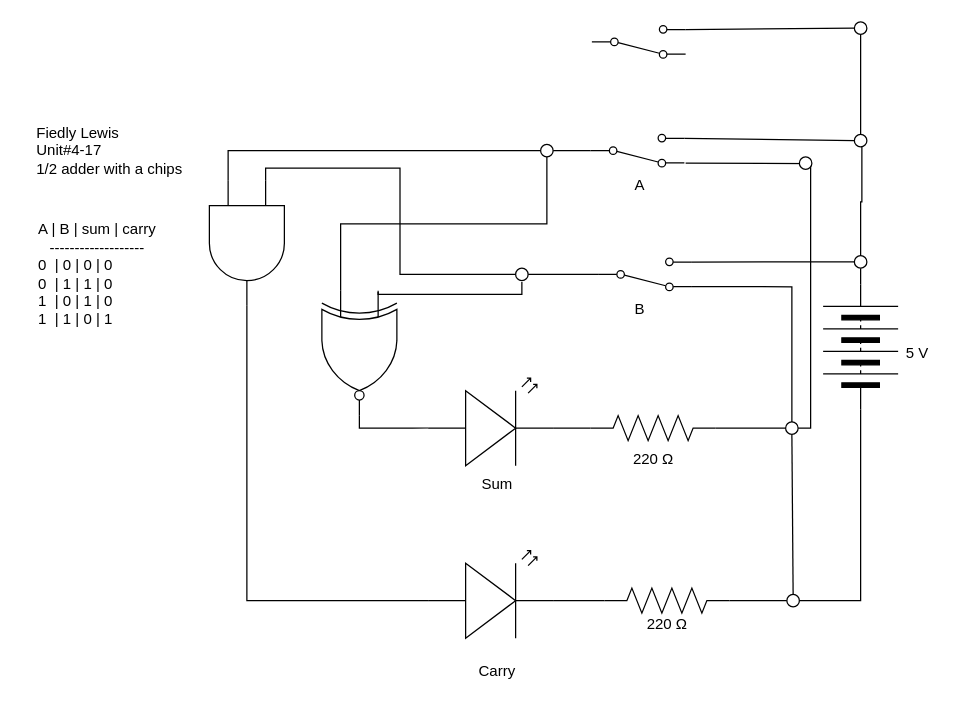
Fiedlyv1/TEJ3M-Unit-4-03 keeps this draw.io diagram as TEJ3M-4-18.drawio. Above is the earlier version. Source tidied: cells renumbered, new cells numbered last; positions are measured from the earlier drawing's top-left corner, leaving out a move shared by most shapes. Both pictures are drawn from the tidied source at 125%, with x=0, y=0 at pixel (21, 21).
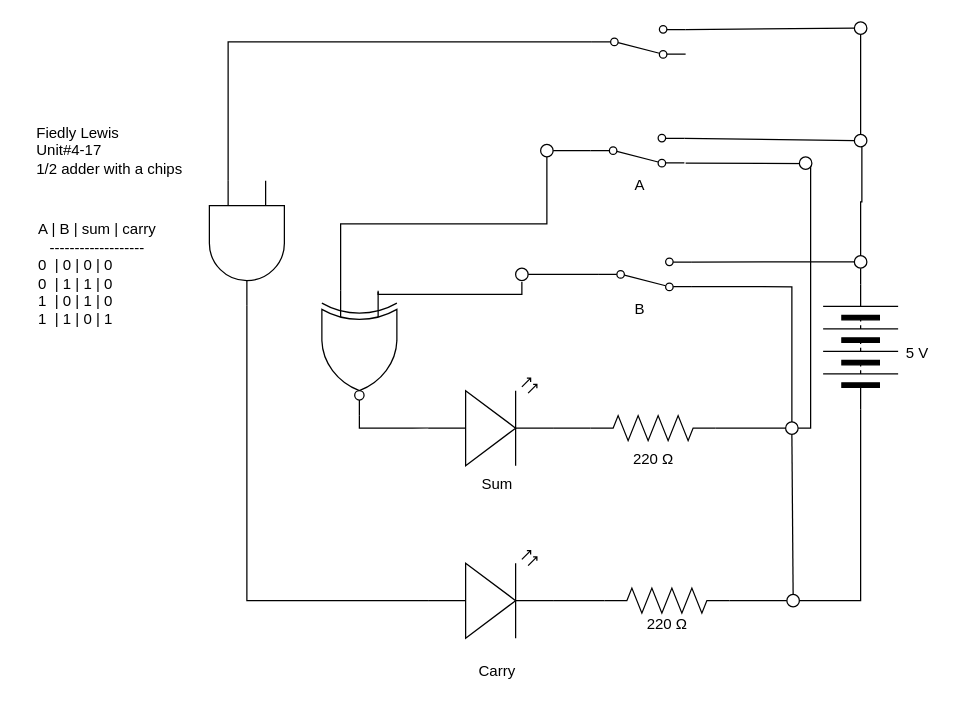
Above is the later version.

Unchanged cells that the change refers to:
```xml
<mxCell id="34" style="ellipse;whiteSpace=wrap;html=1;strokeColor=#000000;" parent="1" vertex="1">
  <mxGeometry x="415" y="98" width="10" height="10" as="geometry" />
</mxCell>
<mxCell id="38" style="verticalLabelPosition=bottom;shadow=0;dashed=0;align=center;html=1;verticalAlign=top;shape=mxgraph.electrical.logic_gates.logic_gate;operation=and;rotation=90;" parent="1" vertex="1">
  <mxGeometry x="130" y="147" width="100" height="60" as="geometry" />
</mxCell>
<mxCell id="40" style="ellipse;whiteSpace=wrap;html=1;strokeColor=#000000;" parent="1" vertex="1">
  <mxGeometry x="395" y="197" width="10" height="10" as="geometry" />
</mxCell>
<mxCell id="45" style="shape=mxgraph.electrical.electro-mechanical.twoWaySwitch;elSwitchState=2;flipV=1;" parent="1" vertex="1">
  <mxGeometry x="456" y="3" width="75" height="26" as="geometry" />
</mxCell>
```

The edit, as a diff of the source:
```diff
@@
-    <mxCell id="36" style="edgeStyle=orthogonalEdgeStyle;rounded=0;html=1;exitX=0;exitY=0.75;exitDx=0;exitDy=0;exitPerimeter=0;entryX=0;entryY=0.5;entryDx=0;entryDy=0;endArrow=none;endFill=0;" parent="1" edge="1" source="38" target="34">
-      <mxGeometry relative="1" as="geometry" />
-    </mxCell>
-    <mxCell id="37" style="edgeStyle=orthogonalEdgeStyle;rounded=0;html=1;exitX=0;exitY=0.25;exitDx=0;exitDy=0;exitPerimeter=0;entryX=0;entryY=0.5;entryDx=0;entryDy=0;endArrow=none;endFill=0;" parent="1" edge="1" source="38" target="40">
-      <mxGeometry relative="1" as="geometry" />
-    </mxCell>
+    <mxCell id="51" style="edgeStyle=orthogonalEdgeStyle;html=1;exitX=0;exitY=0.75;exitDx=0;exitDy=0;exitPerimeter=0;entryX=0;entryY=0.5;entryDx=0;entryDy=0;endArrow=none;endFill=0;rounded=0;" parent="1" edge="1" source="38" target="45">
+      <mxGeometry relative="1" as="geometry" />
+    </mxCell>
```
